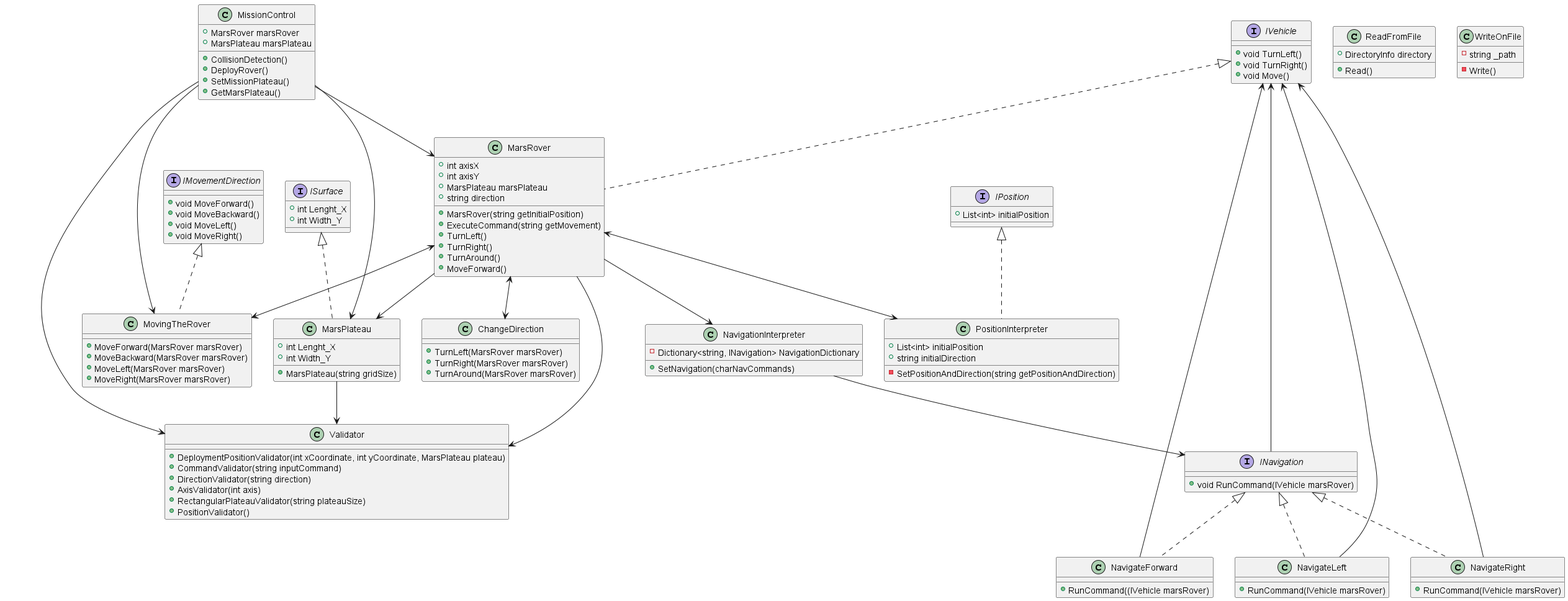
The PlantUML diagram Mars-Rover-Project/UML-Diagram/MarsRover_Kata_UML.png in vahidkianfar/Mars-Rover-Project, before a commit. Source of this version:
```plantuml
@startuml "MarsRover-Kata-UML.png"

interface IVehicle
{
+ void TurnLeft()
+ void TurnRight()
+ void Move()
}

interface ISurface
{
+ int Lenght_X
+ int Width_Y
}

interface IPosition
{
+ List<int> initialPosition
}

interface INavigation
{
+ void RunCommand(IVehicle marsRover)
}

interface IMovementDirection
{
+ void MoveForward()
+ void MoveBackward()
+ void MoveLeft()
+ void MoveRight()
}

class MarsRover implements IVehicle
{
+ int axisX
+ int axisY
+ MarsPlateau marsPlateau
+ string direction
+ MarsRover(string getInitialPosition)
+ ExecuteCommand(string getMovement)
+ TurnLeft()
+ TurnRight()
+ TurnAround()
+ MoveForward()
}
class MissionControl
{
+ MarsRover marsRover
+ MarsPlateau marsPlateau

+ CollisionDetection()
+ DeployRover()
+ SetMissionPlateau()
+ GetMarsPlateau()

}
class MarsPlateau implements ISurface
{
+ int Lenght_X
+ int Width_Y
+ MarsPlateau(string gridSize)
}
class NavigateLeft implements INavigation
{
+ RunCommand(IVehicle marsRover)
}

class NavigateRight implements INavigation
{
+ RunCommand(IVehicle marsRover)
}
class PositionInterpreter implements IPosition
{
+ List<int> initialPosition
+ string initialDirection
- SetPositionAndDirection(string getPositionAndDirection)
}
class NavigateForward implements INavigation
{
+ RunCommand((IVehicle marsRover)
}
class NavigationInterpreter
{
- Dictionary<string, INavigation> NavigationDictionary
+ SetNavigation(charNavCommands)
}
class ChangeDirection
{
+ TurnLeft(MarsRover marsRover)
+ TurnRight(MarsRover marsRover)
+ TurnAround(MarsRover marsRover)
}

class MovingTheRover implements IMovementDirection
{
+ MoveForward(MarsRover marsRover)
+ MoveBackward(MarsRover marsRover)
+ MoveLeft(MarsRover marsRover)
+ MoveRight(MarsRover marsRover)
}
class Validator
{
+ DeploymentPositionValidator(int xCoordinate, int yCoordinate, MarsPlateau plateau)
+ CommandValidator(string inputCommand)
+ DirectionValidator(string direction)
+ AxisValidator(int axis)
+ RectangularPlateauValidator(string plateauSize)
+ PositionValidator()
}

class ReadFromFile
{
+ DirectoryInfo directory
+ Read()
}
class WriteOnFile
{
- string _path
- Write()
}
INavigation --> IVehicle
MarsRover <--> ChangeDirection
MarsRover <--> MovingTheRover
MarsRover <--> PositionInterpreter
MarsRover --> MarsPlateau
MarsRover --> NavigationInterpreter
MarsRover --> Validator


NavigateLeft --> IVehicle
NavigateRight --> IVehicle
NavigateForward --> IVehicle

NavigationInterpreter --> INavigation

MarsPlateau --> Validator

MissionControl --> MarsRover
MissionControl --> MarsPlateau
MissionControl --> Validator
MissionControl --> MovingTheRover


@enduml
```
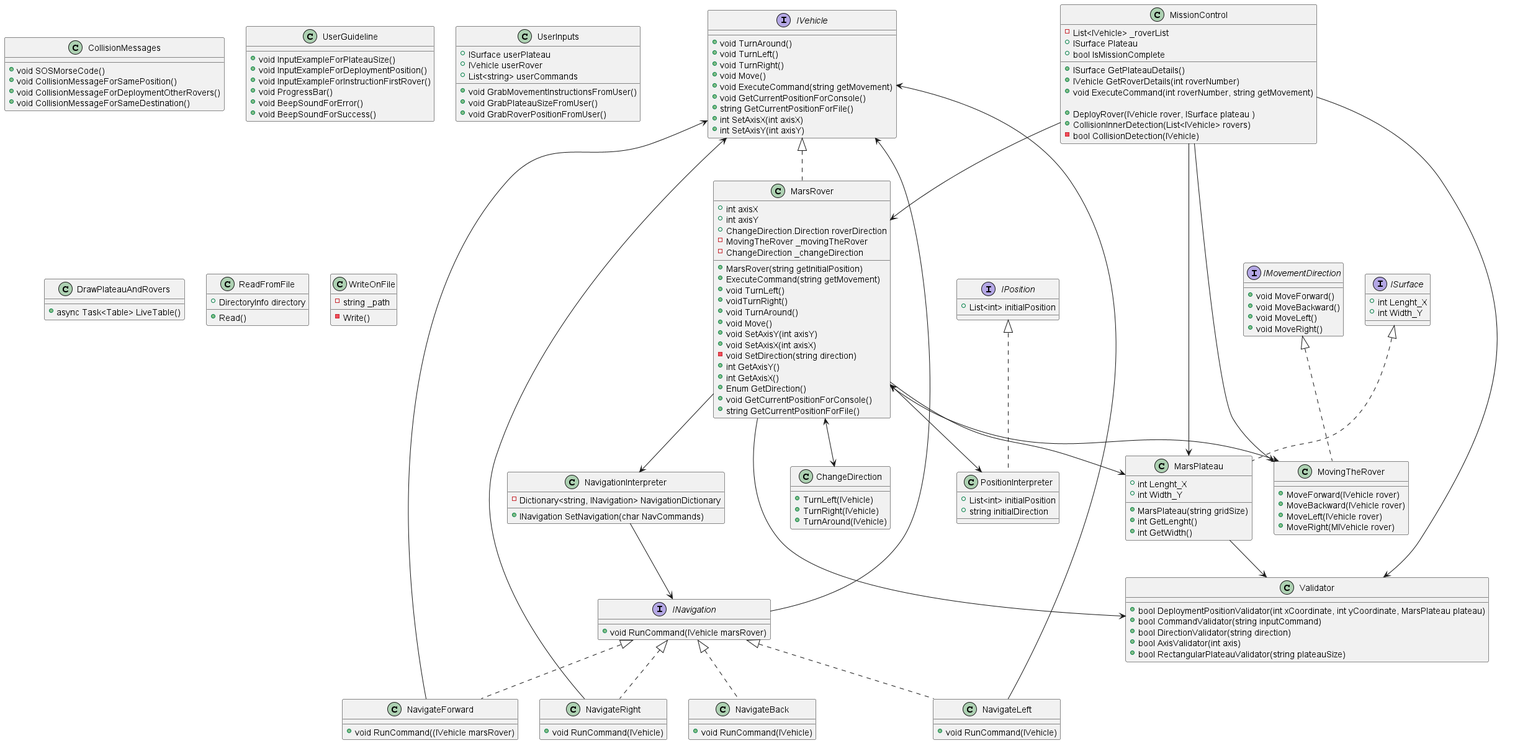
After the commit.

The edit, as a diff of the source:
```diff
@@ -2,9 +2,15 @@
 
 interface IVehicle
 {
++ void TurnAround()
 + void TurnLeft()
 + void TurnRight()
 + void Move()
++ void ExecuteCommand(string getMovement)
++ void GetCurrentPositionForConsole()
++ string GetCurrentPositionForFile()
++ int SetAxisX(int axisX)
++ int SetAxisY(int axisY)
 }
 
 interface ISurface
@@ -35,24 +41,41 @@
 {
 + int axisX
 + int axisY
-+ MarsPlateau marsPlateau
-+ string direction
++ ChangeDirection.Direction roverDirection
+- MovingTheRover _movingTheRover
+- ChangeDirection _changeDirection
+
+
 + MarsRover(string getInitialPosition)
 + ExecuteCommand(string getMovement)
-+ TurnLeft()
-+ TurnRight()
-+ TurnAround()
-+ MoveForward()
++ void TurnLeft()
++ voidTurnRight()
++ void TurnAround()
++ void Move()
++ void SetAxisY(int axisY)
++ void SetAxisX(int axisX)
+- void SetDirection(string direction)
++ int GetAxisY()
++ int GetAxisX()
++ Enum GetDirection()
++ void GetCurrentPositionForConsole()
++ string GetCurrentPositionForFile()
 }
 class MissionControl
 {
-+ MarsRover marsRover
-+ MarsPlateau marsPlateau
 
-+ CollisionDetection()
-+ DeployRover()
-+ SetMissionPlateau()
-+ GetMarsPlateau()
+- List<IVehicle> _roverList
++ ISurface Plateau
++ bool IsMissionComplete
+
++ ISurface GetPlateauDetails()
++ IVehicle GetRoverDetails(int roverNumber)
++ void ExecuteCommand(int roverNumber, string getMovement)
+
++ DeployRover(IVehicle rover, ISurface plateau )
++ CollisionInnerDetection(List<IVehicle> rovers)
+- bool CollisionDetection(IVehicle)
+
 
 }
 class MarsPlateau implements ISurface
@@ -60,55 +83,91 @@
 + int Lenght_X
 + int Width_Y
 + MarsPlateau(string gridSize)
++ int GetLenght()
++ int GetWidth()
+}
+class NavigateBack implements INavigation
+{
++ void RunCommand(IVehicle)
 }
 class NavigateLeft implements INavigation
 {
-+ RunCommand(IVehicle marsRover)
++ void RunCommand(IVehicle)
 }
 
 class NavigateRight implements INavigation
 {
-+ RunCommand(IVehicle marsRover)
++ void RunCommand(IVehicle)
+}
+class NavigateForward implements INavigation
+{
++ void RunCommand((IVehicle marsRover)
 }
 class PositionInterpreter implements IPosition
 {
 + List<int> initialPosition
 + string initialDirection
-- SetPositionAndDirection(string getPositionAndDirection)
 }
-class NavigateForward implements INavigation
-{
-+ RunCommand((IVehicle marsRover)
-}
+
 class NavigationInterpreter
 {
 - Dictionary<string, INavigation> NavigationDictionary
-+ SetNavigation(charNavCommands)
++ INavigation SetNavigation(char NavCommands)
 }
 class ChangeDirection
 {
-+ TurnLeft(MarsRover marsRover)
-+ TurnRight(MarsRover marsRover)
-+ TurnAround(MarsRover marsRover)
++ TurnLeft(IVehicle)
++ TurnRight(IVehicle)
++ TurnAround(IVehicle)
 }
 
 class MovingTheRover implements IMovementDirection
 {
-+ MoveForward(MarsRover marsRover)
-+ MoveBackward(MarsRover marsRover)
-+ MoveLeft(MarsRover marsRover)
-+ MoveRight(MarsRover marsRover)
++ MoveForward(IVehicle rover)
++ MoveBackward(IVehicle rover)
++ MoveLeft(IVehicle rover)
++ MoveRight(MIVehicle rover)
 }
 class Validator
 {
-+ DeploymentPositionValidator(int xCoordinate, int yCoordinate, MarsPlateau plateau)
-+ CommandValidator(string inputCommand)
-+ DirectionValidator(string direction)
-+ AxisValidator(int axis)
-+ RectangularPlateauValidator(string plateauSize)
-+ PositionValidator()
++ bool DeploymentPositionValidator(int xCoordinate, int yCoordinate, MarsPlateau plateau)
++ bool CommandValidator(string inputCommand)
++ bool DirectionValidator(string direction)
++ bool AxisValidator(int axis)
++ bool RectangularPlateauValidator(string plateauSize)
+
 }
 
+class CollisionMessages
+{
++ void SOSMorseCode()
++ void CollisionMessageForSamePosition()
++ void CollisionMessageForDeploymentOtherRovers()
++ void CollisionMessageForSameDestination()
+}
+
+class UserGuideline
+{
++ void InputExampleForPlateauSize()
++ void InputExampleForDeploymentPosition()
++ void InputExampleForInstructionFirstRover()
++ void ProgressBar()
++ void BeepSoundForError()
++ void BeepSoundForSuccess()
+}
+class UserInputs
+{
++ ISurface userPlateau
++ IVehicle userRover
++ List<string> userCommands
++ void GrabMovementInstructionsFromUser()
++ void GrabPlateauSizeFromUser()
++ void GrabRoverPositionFromUser()
+}
+class DrawPlateauAndRovers
+{
++ async Task<Table> LiveTable()
+}
 class ReadFromFile
 {
 + DirectoryInfo directory
```
